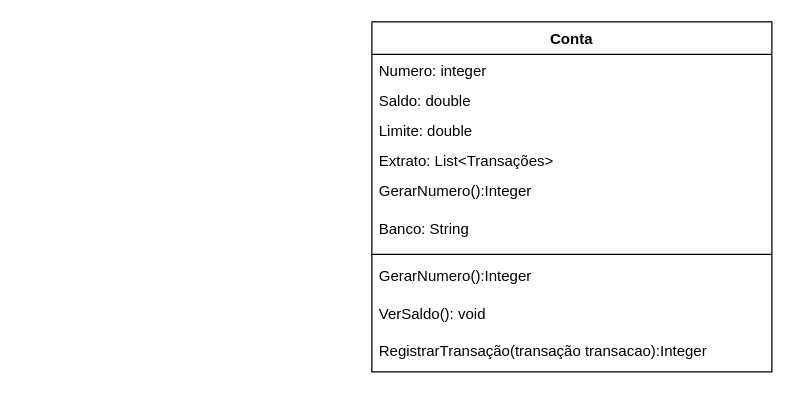
Earlier version of the draw.io diagram FinTech.drawio (nandorainert/FinTech). Source tidied: cells renumbered, new cells numbered last; positions are measured from the earlier drawing's top-left corner, leaving out a move shared by most shapes. Both pictures are drawn from the tidied source at 125%, with x=0, y=0 at pixel (371, 21).
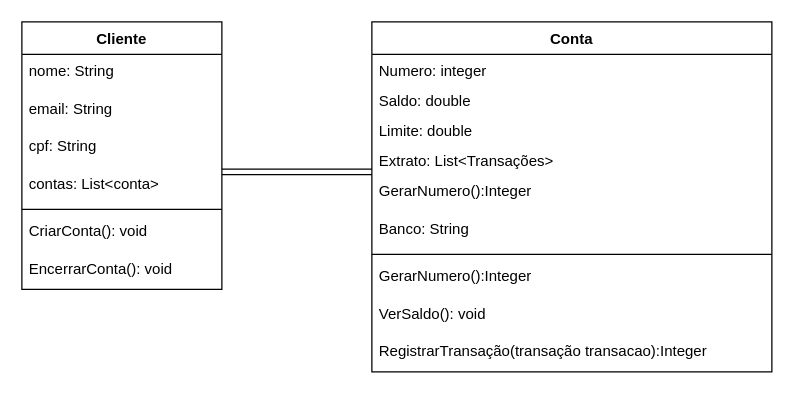
After the change.

The edit, as a diff of the source:
```diff
@@
+    <mxCell id="13" style="edgeStyle=orthogonalEdgeStyle;rounded=0;jettySize=auto;html=1;shape=link;width=-4.4186046511627906;" parent="1" edge="1" source="14">
+      <mxGeometry relative="1" as="geometry">
+        <mxPoint y="120" as="targetPoint" />
+        <Array as="points">
+          <mxPoint y="120" />
+        </Array>
+      </mxGeometry>
+    </mxCell>
+    <mxCell id="14" value="Cliente" style="swimlane;fontStyle=1;align=center;verticalAlign=top;horizontal=1;startSize=26;whiteSpace=wrap;html=1;" parent="1" vertex="1">
+      <mxGeometry x="-280" width="160" height="214" as="geometry" />
+    </mxCell>
+    <mxCell id="15" value="nome: String" style="text;align=left;verticalAlign=top;spacingLeft=4;spacingRight=4;overflow=hidden;" parent="14" vertex="1">
+      <mxGeometry y="26" width="160" height="30" as="geometry" />
+    </mxCell>
+    <mxCell id="16" value="email: String" style="text;align=left;verticalAlign=top;spacingLeft=4;spacingRight=4;overflow=hidden;" parent="14" vertex="1">
+      <mxGeometry y="56" width="160" height="30" as="geometry" />
+    </mxCell>
+    <mxCell id="17" value="cpf: String" style="text;align=left;verticalAlign=top;spacingLeft=4;spacingRight=4;overflow=hidden;" parent="14" vertex="1">
+      <mxGeometry y="86" width="160" height="30" as="geometry" />
+    </mxCell>
+    <mxCell id="18" value="contas: List&lt;conta&gt;" style="text;align=left;verticalAlign=top;spacingLeft=4;spacingRight=4;overflow=hidden;" parent="14" vertex="1">
+      <mxGeometry y="116" width="160" height="30" as="geometry" />
+    </mxCell>
+    <mxCell id="19" style="line;strokeWidth=1;fillColor=none;align=left;verticalAlign=middle;spacingTop=-1;spacingLeft=3;spacingRight=3;labelPosition=right;strokeColor=inherit;" parent="14" vertex="1">
+      <mxGeometry y="146" width="160" height="8" as="geometry" />
+    </mxCell>
+    <mxCell id="20" value="CriarConta(): void" style="text;align=left;verticalAlign=top;spacingLeft=4;spacingRight=4;overflow=hidden;" parent="14" vertex="1">
+      <mxGeometry y="154" width="160" height="30" as="geometry" />
+    </mxCell>
+    <mxCell id="21" value="EncerrarConta(): void" style="text;align=left;verticalAlign=top;spacingLeft=4;spacingRight=4;overflow=hidden;points=[[0,0.5],[1,0.5]];portConstraint=eastwest;" parent="14" vertex="1">
+      <mxGeometry y="184" width="160" height="30" as="geometry" />
+    </mxCell>
+    <mxCell id="22" style="edgeStyle=orthogonalEdgeStyle;rounded=0;orthogonalLoop=1;jettySize=auto;html=1;exitX=1;exitY=0.5;exitDx=0;exitDy=0;" parent="14" edge="1" source="21" target="21">
+      <mxGeometry relative="1" as="geometry" />
+    </mxCell>
```
